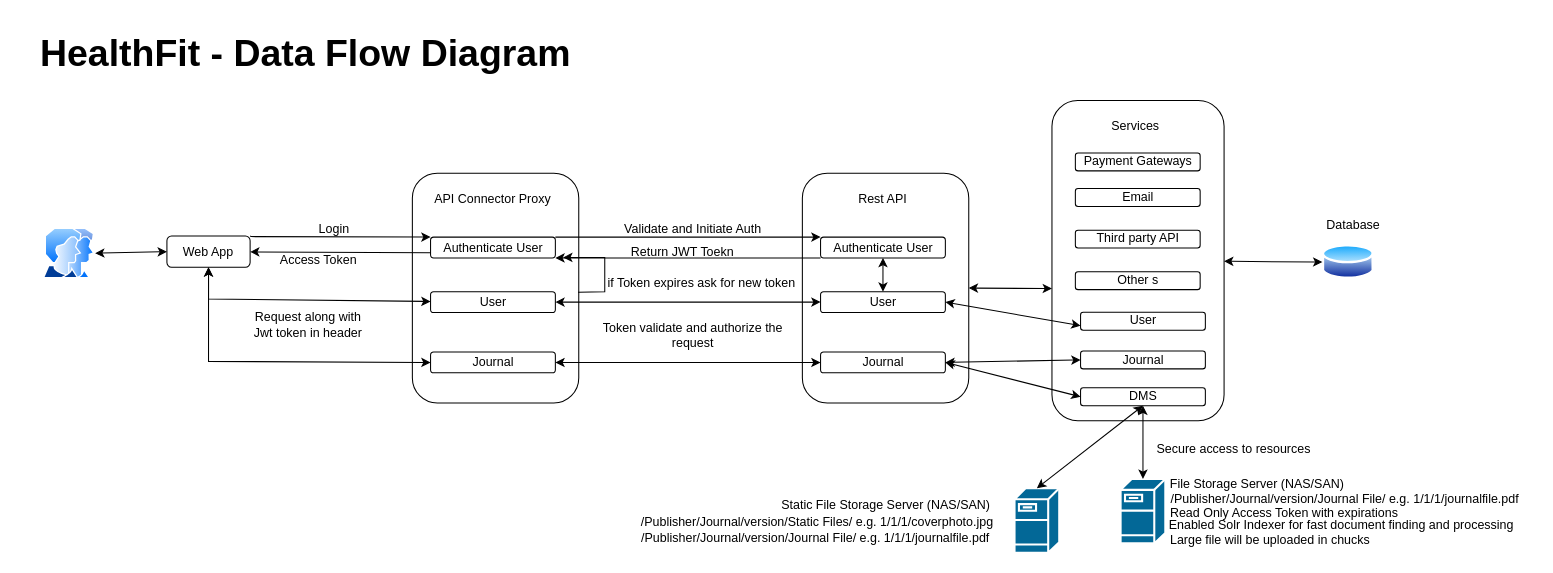
Above: Requirement Documents/HealthFit - Data Flow and Component Interaction.drawio in vishalbajad/HealthFit (draw.io), before the change. Source tidied: cells renumbered, new cells numbered last; positions are measured from the earlier drawing's top-left corner, leaving out a move shared by most shapes. Both pictures are drawn from the tidied source at 104%, with x=0, y=0 at pixel (17, 18).
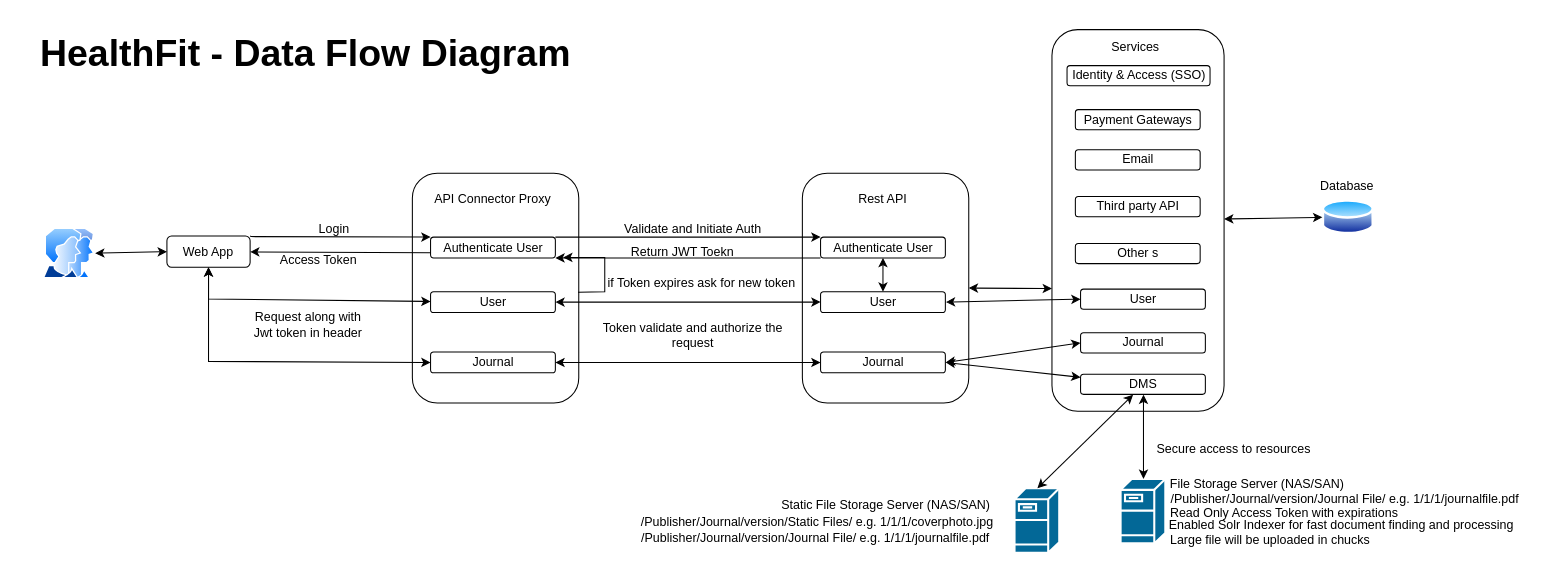
The same diagram, later.

Unchanged cells that the change refers to:
```xml
<mxCell id="16" style="rounded=1;whiteSpace=wrap;html=1;" parent="15" vertex="1">
  <mxGeometry width="160" height="221" as="geometry" />
</mxCell>
<mxCell id="18" value="User" style="rounded=1;whiteSpace=wrap;html=1;" parent="15" vertex="1">
  <mxGeometry x="17.5" y="114" width="120" height="20" as="geometry" />
</mxCell>
<mxCell id="19" value="Journal" style="rounded=1;whiteSpace=wrap;html=1;" parent="15" vertex="1">
  <mxGeometry x="17.5" y="172" width="120" height="20" as="geometry" />
</mxCell>
<mxCell id="36" style="shape=mxgraph.cisco.servers.fileserver;html=1;dashed=0;fillColor=#036897;strokeColor=#ffffff;strokeWidth=2;verticalLabelPosition=bottom;verticalAlign=top;align=center;outlineConnect=0;" parent="1" vertex="1">
  <mxGeometry x="959" y="452" width="43" height="62" as="geometry" />
</mxCell>
<mxCell id="44" style="shape=mxgraph.cisco.servers.fileserver;html=1;dashed=0;fillColor=#036897;strokeColor=#ffffff;strokeWidth=2;verticalLabelPosition=bottom;verticalAlign=top;align=center;outlineConnect=0;" parent="1" vertex="1">
  <mxGeometry x="1061" y="443" width="43" height="62" as="geometry" />
</mxCell>
```

The edit, as a diff of the source:
```diff
@@
     <mxCell id="2" style="image;perimeter=ellipsePerimeter;html=1;align=center;shadow=0;dashed=0;spacingTop=3;image=img/lib/active_directory/database.svg;" parent="1" vertex="1">
-      <mxGeometry x="1255" y="216" width="50" height="37" as="geometry" />
+      <mxGeometry x="1255" y="173" width="50" height="37" as="geometry" />
     </mxCell>
@@
     <mxCell id="33" value="Database" style="text;html=1;strokeColor=none;fillColor=none;align=center;verticalAlign=middle;whiteSpace=wrap;rounded=0;" parent="1" vertex="1">
-      <mxGeometry x="1255" y="183.5" width="60" height="30" as="geometry" />
+      <mxGeometry x="1249" y="146.5" width="60" height="30" as="geometry" />
     </mxCell>
@@
-    <mxCell id="45" style="group;" parent="1" vertex="1">
-      <mxGeometry x="995" y="79.1" width="165.5" height="307.9" as="geometry" />
-    </mxCell>
+    <mxCell id="60" style="endArrow=classic;startArrow=classic;html=1;rounded=0;entryX=0;entryY=0.5;entryDx=0;entryDy=0;" parent="1" edge="1" source="46" target="2">
+      <mxGeometry relative="1" as="geometry" />
+    </mxCell>
-    <mxCell id="46" style="rounded=1;whiteSpace=wrap;html=1;" parent="45" vertex="1">
-      <mxGeometry width="165.5" height="307.9" as="geometry" />
+    <mxCell id="46" style="rounded=1;whiteSpace=wrap;html=1;" parent="1" vertex="1">
+      <mxGeometry x="995" y="11" width="165.5" height="366.9" as="geometry" />
     </mxCell>
+    <mxCell id="61" style="endArrow=classic;startArrow=classic;html=1;rounded=0;exitX=1;exitY=0.5;exitDx=0;exitDy=0;" parent="1" edge="1" source="16">
+      <mxGeometry relative="1" as="geometry">
+        <mxPoint x="995" y="260" as="targetPoint" />
+      </mxGeometry>
+    </mxCell>
+    <mxCell id="62" value="Large file will be uploaded in chucks" style="text;html=1;strokeColor=none;fillColor=none;align=center;verticalAlign=middle;whiteSpace=wrap;rounded=0;" parent="1" vertex="1">
+      <mxGeometry x="1093" y="487" width="224" height="30" as="geometry" />
+    </mxCell>
+    <mxCell id="63" value="File Storage Server (NAS/SAN)" style="text;html=1;align=center;verticalAlign=middle;strokeColor=#;fillColor=none;" parent="1" vertex="1">
+      <mxGeometry x="1097" y="433" width="190" height="30" as="geometry" />
+    </mxCell>
-    <mxCell id="47" value="Services" style="text;html=1;strokeColor=none;fillColor=none;align=center;verticalAlign=middle;whiteSpace=wrap;rounded=0;" parent="45" vertex="1">
-      <mxGeometry x="12.5" y="11.7" width="135" height="25.8" as="geometry" />
+    <mxCell id="47" value="Services" style="text;html=1;strokeColor=none;fillColor=none;align=center;verticalAlign=middle;whiteSpace=wrap;rounded=0;" parent="1" vertex="1">
+      <mxGeometry x="1007.5" y="13.2" width="135" height="29.1" as="geometry" />
     </mxCell>
-    <mxCell id="48" value="Payment Gateways" style="rounded=1;whiteSpace=wrap;html=1;" parent="45" vertex="1">
-      <mxGeometry x="22.5" y="50.5" width="120" height="17.2" as="geometry" />
+    <mxCell id="48" value="Payment Gateways" style="rounded=1;whiteSpace=wrap;html=1;" parent="1" vertex="1">
+      <mxGeometry x="1017.5" y="87.9" width="120" height="19.4" as="geometry" />
     </mxCell>
-    <mxCell id="49" value="Email" style="rounded=1;whiteSpace=wrap;html=1;" parent="45" vertex="1">
-      <mxGeometry x="22.5" y="84.7" width="120" height="17.2" as="geometry" />
+    <mxCell id="49" value="Email" style="rounded=1;whiteSpace=wrap;html=1;" parent="1" vertex="1">
+      <mxGeometry x="1017.5" y="126.5" width="120" height="19.4" as="geometry" />
     </mxCell>
-    <mxCell id="50" value="Third party API" style="rounded=1;whiteSpace=wrap;html=1;" parent="45" vertex="1">
-      <mxGeometry x="22.5" y="124.7" width="120" height="17.2" as="geometry" />
+    <mxCell id="50" value="Third party API" style="rounded=1;whiteSpace=wrap;html=1;" parent="1" vertex="1">
+      <mxGeometry x="1017.5" y="171.5" width="120" height="19.4" as="geometry" />
     </mxCell>
-    <mxCell id="51" value="Other s" style="rounded=1;whiteSpace=wrap;html=1;" parent="45" vertex="1">
-      <mxGeometry x="22.5" y="164.7" width="120" height="17.2" as="geometry" />
+    <mxCell id="51" value="Other s" style="rounded=1;whiteSpace=wrap;html=1;" parent="1" vertex="1">
+      <mxGeometry x="1017.5" y="216.6" width="120" height="19.4" as="geometry" />
     </mxCell>
-    <mxCell id="52" value="User" style="rounded=1;whiteSpace=wrap;html=1;" parent="45" vertex="1">
-      <mxGeometry x="27.5" y="203.7" width="120" height="17.2" as="geometry" />
+    <mxCell id="52" value="User" style="rounded=1;whiteSpace=wrap;html=1;" parent="1" vertex="1">
+      <mxGeometry x="1022.5" y="260.5" width="120" height="19.4" as="geometry" />
     </mxCell>
-    <mxCell id="53" value="Journal" style="rounded=1;whiteSpace=wrap;html=1;" parent="45" vertex="1">
-      <mxGeometry x="27.5" y="240.9" width="120" height="17.2" as="geometry" />
+    <mxCell id="53" value="Journal" style="rounded=1;whiteSpace=wrap;html=1;" parent="1" vertex="1">
+      <mxGeometry x="1022.5" y="302.5" width="120" height="19.4" as="geometry" />
     </mxCell>
-    <mxCell id="54" value="DMS" style="rounded=1;whiteSpace=wrap;html=1;" parent="45" vertex="1">
-      <mxGeometry x="27.5" y="276.3" width="120" height="17.2" as="geometry" />
+    <mxCell id="54" value="DMS" style="rounded=1;whiteSpace=wrap;html=1;" parent="1" vertex="1">
+      <mxGeometry x="1022.5" y="342.3" width="120" height="19.4" as="geometry" />
     </mxCell>
-    <mxCell id="55" style="endArrow=classic;startArrow=classic;html=1;rounded=0;exitX=1;exitY=0.5;exitDx=0;exitDy=0;entryX=0;entryY=0.5;entryDx=0;entryDy=0;" parent="1" edge="1" source="19" target="53">
-      <mxGeometry relative="1" as="geometry" />
-    </mxCell>
-    <mxCell id="56" style="endArrow=classic;startArrow=classic;html=1;rounded=0;exitX=1;exitY=0.5;exitDx=0;exitDy=0;entryX=0;entryY=0.5;entryDx=0;entryDy=0;" parent="1" edge="1" source="19" target="54">
-      <mxGeometry relative="1" as="geometry" />
-    </mxCell>
-    <mxCell id="57" style="endArrow=classic;startArrow=classic;html=1;rounded=0;exitX=1;exitY=0.5;exitDx=0;exitDy=0;entryX=0;entryY=0.75;entryDx=0;entryDy=0;" parent="1" edge="1" source="18" target="52">
-      <mxGeometry relative="1" as="geometry" />
-    </mxCell>
-    <mxCell id="58" style="endArrow=classic;startArrow=classic;html=1;rounded=0;exitX=0.5;exitY=0;exitDx=0;exitDy=0;entryX=0.5;entryY=1;entryDx=0;entryDy=0;exitPerimeter=0;" parent="1" edge="1" source="36" target="54">
-      <mxGeometry relative="1" as="geometry" />
-    </mxCell>
-    <mxCell id="59" style="endArrow=classic;startArrow=classic;html=1;rounded=0;exitX=0.5;exitY=0;exitDx=0;exitDy=0;entryX=0.5;entryY=1;entryDx=0;entryDy=0;exitPerimeter=0;" parent="1" edge="1" source="44" target="54">
-      <mxGeometry relative="1" as="geometry" />
-    </mxCell>
-    <mxCell id="60" style="endArrow=classic;startArrow=classic;html=1;rounded=0;entryX=0;entryY=0.5;entryDx=0;entryDy=0;" parent="1" edge="1" source="46" target="2">
-      <mxGeometry relative="1" as="geometry" />
-    </mxCell>
-    <mxCell id="61" style="endArrow=classic;startArrow=classic;html=1;rounded=0;exitX=1;exitY=0.5;exitDx=0;exitDy=0;" parent="1" edge="1" source="16">
-      <mxGeometry relative="1" as="geometry">
-        <mxPoint x="995" y="260" as="targetPoint" />
-      </mxGeometry>
-    </mxCell>
-    <mxCell id="62" value="Large file will be uploaded in chucks" style="text;html=1;strokeColor=none;fillColor=none;align=center;verticalAlign=middle;whiteSpace=wrap;rounded=0;" parent="1" vertex="1">
-      <mxGeometry x="1093" y="487" width="224" height="30" as="geometry" />
-    </mxCell>
-    <mxCell id="63" value="File Storage Server (NAS/SAN)" style="text;html=1;align=center;verticalAlign=middle;strokeColor=#;fillColor=none;" parent="1" vertex="1">
-      <mxGeometry x="1097" y="433" width="190" height="30" as="geometry" />
-    </mxCell>
+    <mxCell id="64" value="Identity &amp;amp; Access (SSO)" style="rounded=1;whiteSpace=wrap;html=1;" parent="1" vertex="1">
+      <mxGeometry x="1009.5" y="45.6" width="137.5" height="19.4" as="geometry" />
+    </mxCell>
+    <mxCell id="65" style="endArrow=classic;startArrow=classic;html=1;rounded=0;exitX=1;exitY=0.5;exitDx=0;exitDy=0;entryX=0;entryY=0.5;entryDx=0;entryDy=0;" parent="1" edge="1" target="52">
+      <mxGeometry relative="1" as="geometry">
+        <mxPoint x="893" y="273" as="sourcePoint" />
+      </mxGeometry>
+    </mxCell>
+    <mxCell id="66" style="endArrow=classic;startArrow=classic;html=1;rounded=0;exitX=1;exitY=0.5;exitDx=0;exitDy=0;entryX=0;entryY=0.5;entryDx=0;entryDy=0;" parent="1" edge="1" target="53">
+      <mxGeometry relative="1" as="geometry">
+        <mxPoint x="893" y="331" as="sourcePoint" />
+      </mxGeometry>
+    </mxCell>
+    <mxCell id="67" style="endArrow=classic;startArrow=classic;html=1;rounded=0;exitX=1;exitY=0.5;exitDx=0;exitDy=0;" parent="1" edge="1" target="54">
+      <mxGeometry relative="1" as="geometry">
+        <mxPoint x="893" y="331" as="sourcePoint" />
+      </mxGeometry>
+    </mxCell>
+    <mxCell id="68" style="endArrow=classic;startArrow=classic;html=1;rounded=0;exitX=0.5;exitY=0;exitDx=0;exitDy=0;exitPerimeter=0;" parent="1" edge="1">
+      <mxGeometry relative="1" as="geometry">
+        <mxPoint x="981" y="452" as="sourcePoint" />
+        <mxPoint x="1073" y="362" as="targetPoint" />
+      </mxGeometry>
+    </mxCell>
+    <mxCell id="69" style="endArrow=classic;startArrow=classic;html=1;rounded=0;exitX=0.5;exitY=0;exitDx=0;exitDy=0;entryX=0.5;entryY=1;entryDx=0;entryDy=0;exitPerimeter=0;" parent="1" edge="1">
+      <mxGeometry relative="1" as="geometry">
+        <mxPoint x="1083" y="443" as="sourcePoint" />
+        <mxPoint x="1083" y="362" as="targetPoint" />
+      </mxGeometry>
+    </mxCell>
```
